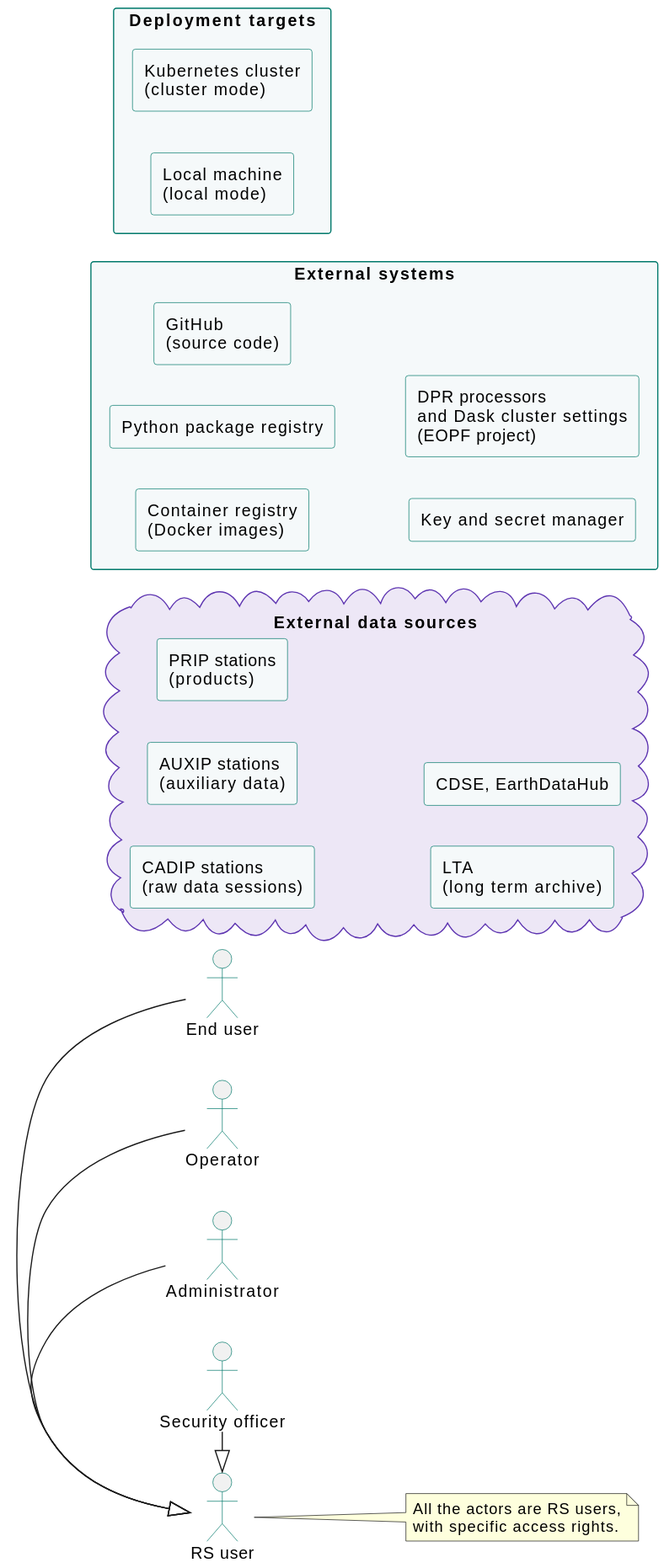
Earlier version of the PlantUML export docs/images/use-cases-actors.svg (RS-PYTHON/rs-documentation).
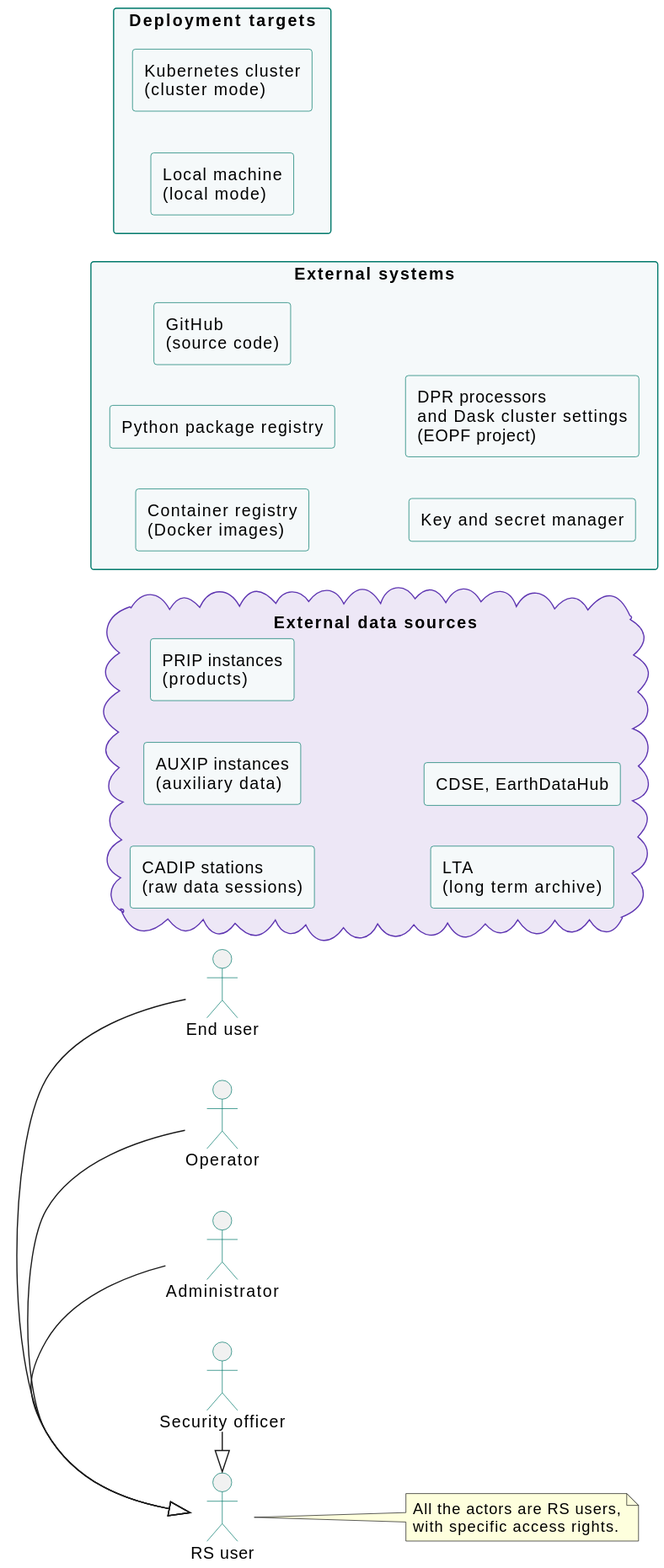
Later version of the same file.

Commit message:
doc: add the OData PRIP interface of the catalog, call AUXIP and PRIP instances

Diff of the diagram source:
```diff
@@ -37,8 +37,8 @@
 
 cloud "External data sources" as eds {
   rectangle "CADIP stations\n(raw data sessions)" as cadip
-  rectangle "AUXIP stations\n(auxiliary data)" as auxip
-  rectangle "PRIP stations\n(products)" as prip
+  rectangle "AUXIP instances\n(auxiliary data)" as auxip
+  rectangle "PRIP instances\n(products)" as prip
   rectangle "LTA\n(long term archive)" as lta
   rectangle "CDSE, EarthDataHub" as cdse
 }
```
